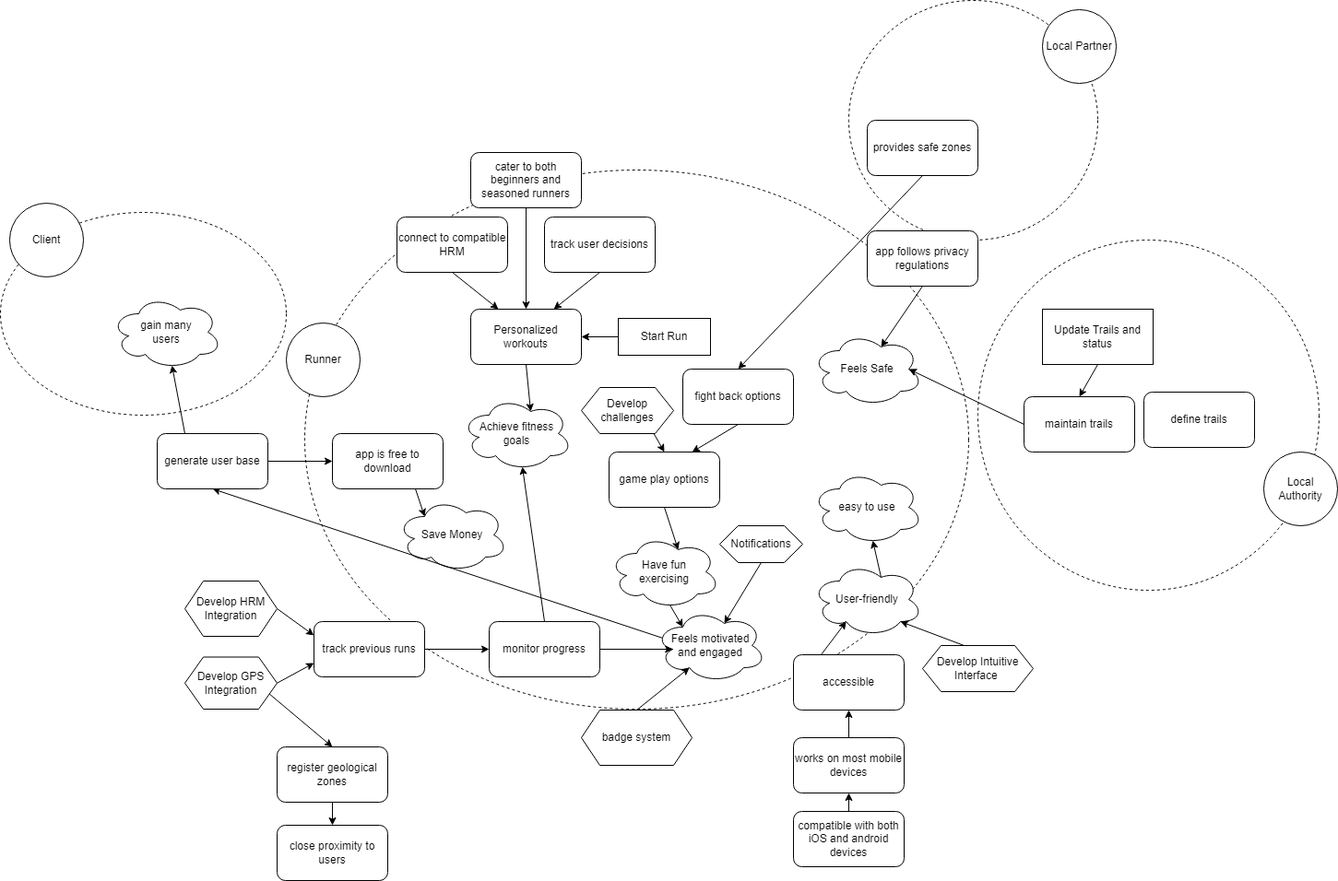
Before: models/goal_model.drawio.png, a diagram exported from draw.io (3RA3-F23/acmerun-acme-77). Source tidied: cells renumbered, new cells last; positions are measured from the earlier drawing's top-left corner, leaving out a move shared by most shapes.
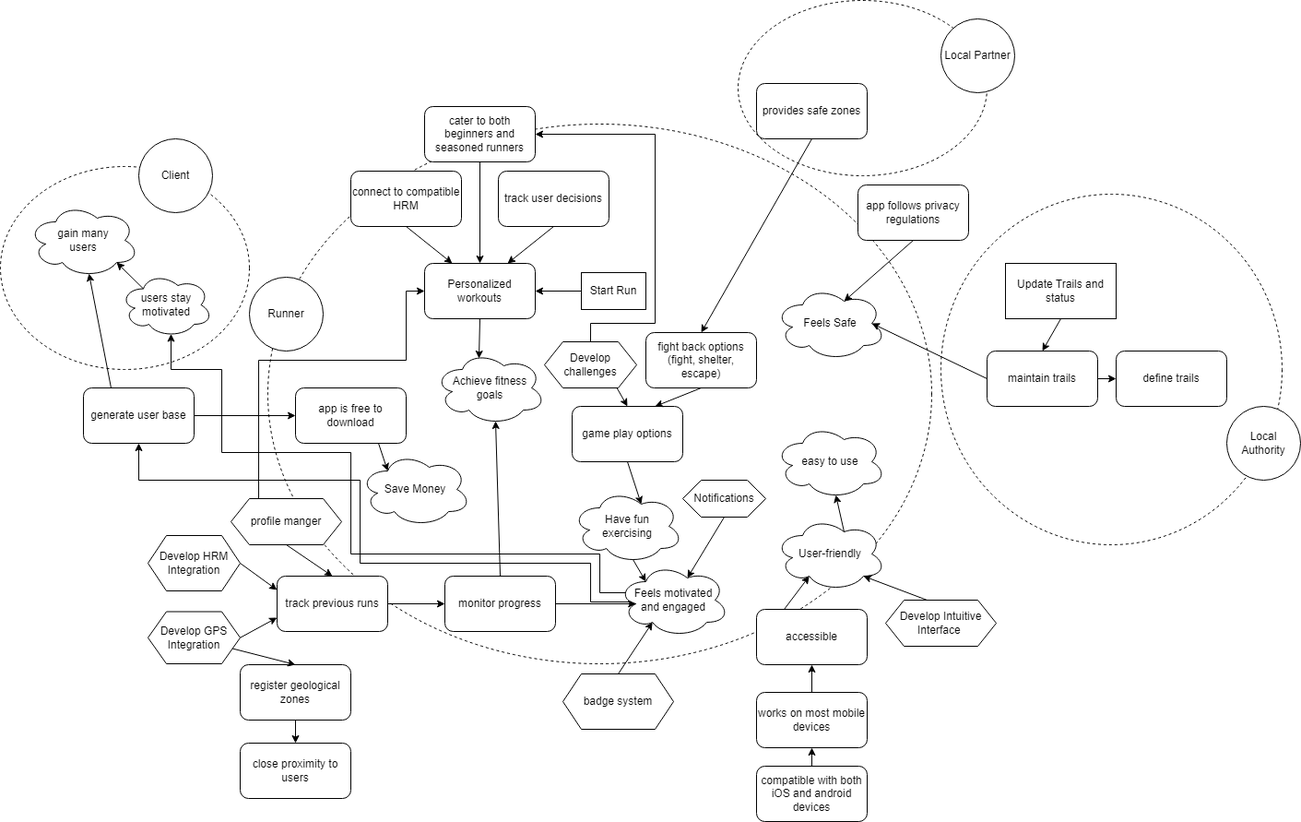
Above is the later version.

Commit message:
reformat goal model

Diff of the diagram source:
```diff
@@ -3,10 +3,10 @@
     <mxCell id="0" />
     <mxCell id="1" parent="0" />
     <mxCell id="2" style="ellipse;whiteSpace=wrap;html=1;align=center;dashed=1;fillColor=none;" parent="1" vertex="1">
-      <mxGeometry x="920" width="270" height="260" as="geometry" />
+      <mxGeometry x="840" y="50" width="270" height="190" as="geometry" />
     </mxCell>
     <mxCell id="3" style="ellipse;whiteSpace=wrap;html=1;align=center;dashed=1;fillColor=none;" parent="1" vertex="1">
-      <mxGeometry y="230" width="310" height="220" as="geometry" />
+      <mxGeometry x="40" y="230" width="270" height="220" as="geometry" />
     </mxCell>
     <mxCell id="4" style="ellipse;whiteSpace=wrap;html=1;align=center;dashed=1;fillColor=none;" parent="1" vertex="1">
       <mxGeometry x="1060" y="260" width="370" height="380" as="geometry" />
@@ -26,8 +26,17 @@
     <mxCell id="9" value="Feels Safe" style="ellipse;shape=cloud;whiteSpace=wrap;html=1;" parent="1" vertex="1">
       <mxGeometry x="880" y="360" width="120" height="80" as="geometry" />
     </mxCell>
-    <mxCell id="10" style="edgeStyle=none;rounded=0;jettySize=auto;html=1;exitX=0.07;exitY=0.4;exitDx=0;exitDy=0;exitPerimeter=0;entryX=0.5;entryY=1;entryDx=0;entryDy=0;" parent="1" edge="1" source="11" target="21">
-      <mxGeometry relative="1" as="geometry" />
+    <mxCell id="10" style="edgeStyle=orthogonalEdgeStyle;rounded=0;jettySize=auto;html=1;exitX=0.16;exitY=0.55;exitDx=0;exitDy=0;exitPerimeter=0;entryX=0.5;entryY=1;entryDx=0;entryDy=0;" parent="1" edge="1" source="11" target="21">
+      <mxGeometry relative="1" as="geometry">
+        <Array as="points">
+          <mxPoint x="729" y="702" />
+          <mxPoint x="680" y="702" />
+          <mxPoint x="680" y="660" />
+          <mxPoint x="430" y="660" />
+          <mxPoint x="430" y="570" />
+          <mxPoint x="190" y="570" />
+        </Array>
+      </mxGeometry>
     </mxCell>
     <mxCell id="11" value="Feels motivated&lt;br&gt;and engaged" style="ellipse;shape=cloud;whiteSpace=wrap;html=1;" parent="1" vertex="1">
       <mxGeometry x="710" y="660" width="120" height="80" as="geometry" />
@@ -42,7 +51,7 @@
       <mxGeometry x="310" y="350" width="80" height="80" as="geometry" />
     </mxCell>
     <mxCell id="15" value="Personalized workouts" style="rounded=1;whiteSpace=wrap;html=1;" parent="1" vertex="1">
-      <mxGeometry x="510" y="335" width="120" height="60" as="geometry" />
+      <mxGeometry x="500" y="335" width="120" height="60" as="geometry" />
     </mxCell>
     <mxCell id="16" style="edgeStyle=none;rounded=0;jettySize=auto;html=1;exitX=1;exitY=0.5;exitDx=0;exitDy=0;entryX=0;entryY=0.5;entryDx=0;entryDy=0;" parent="1" edge="1" source="17" target="47">
       <mxGeometry relative="1" as="geometry" />
@@ -54,16 +63,16 @@
       <mxGeometry relative="1" as="geometry" />
     </mxCell>
     <mxCell id="19" value="connect to compatible HRM" style="rounded=1;whiteSpace=wrap;html=1;" parent="1" vertex="1">
-      <mxGeometry x="430" y="235" width="120" height="60" as="geometry" />
+      <mxGeometry x="420" y="235" width="120" height="60" as="geometry" />
     </mxCell>
     <mxCell id="20" style="edgeStyle=none;rounded=0;jettySize=auto;html=1;exitX=1;exitY=0.5;exitDx=0;exitDy=0;entryX=0;entryY=0.5;entryDx=0;entryDy=0;" parent="1" edge="1" source="21" target="38">
       <mxGeometry relative="1" as="geometry" />
     </mxCell>
     <mxCell id="21" value="generate user base" style="rounded=1;whiteSpace=wrap;html=1;" parent="1" vertex="1">
-      <mxGeometry x="170" y="470" width="120" height="60" as="geometry" />
+      <mxGeometry x="130" y="470" width="120" height="60" as="geometry" />
     </mxCell>
     <mxCell id="22" value="app follows privacy regulations" style="rounded=1;whiteSpace=wrap;html=1;" parent="1" vertex="1">
-      <mxGeometry x="940" y="250" width="120" height="60" as="geometry" />
+      <mxGeometry x="970" y="250" width="120" height="60" as="geometry" />
     </mxCell>
     <mxCell id="23" value="accessible" style="rounded=1;whiteSpace=wrap;html=1;" parent="1" vertex="1">
       <mxGeometry x="860" y="710" width="120" height="60" as="geometry" />
@@ -74,20 +83,23 @@
     <mxCell id="25" value="compatible with both iOS and android devices" style="rounded=1;whiteSpace=wrap;html=1;" parent="1" vertex="1">
       <mxGeometry x="860" y="880" width="120" height="60" as="geometry" />
     </mxCell>
+    <mxCell id="76" style="edgeStyle=none;rounded=0;jettySize=auto;html=1;exitX=1;exitY=0.5;exitDx=0;exitDy=0;entryX=0;entryY=0.5;entryDx=0;entryDy=0;" parent="1" edge="1" source="26" target="27">
+      <mxGeometry relative="1" as="geometry" />
+    </mxCell>
     <mxCell id="26" value="maintain trails" style="rounded=1;whiteSpace=wrap;html=1;" parent="1" vertex="1">
       <mxGeometry x="1110" y="430" width="120" height="60" as="geometry" />
     </mxCell>
     <mxCell id="27" value="define trails" style="rounded=1;whiteSpace=wrap;html=1;" parent="1" vertex="1">
-      <mxGeometry x="1240" y="425" width="120" height="60" as="geometry" />
+      <mxGeometry x="1250" y="430" width="120" height="60" as="geometry" />
     </mxCell>
     <mxCell id="28" style="edgeStyle=none;rounded=0;jettySize=auto;html=1;exitX=0.5;exitY=1;exitDx=0;exitDy=0;entryX=0.75;entryY=0;entryDx=0;entryDy=0;" parent="1" edge="1" source="29" target="15">
       <mxGeometry relative="1" as="geometry" />
     </mxCell>
     <mxCell id="29" value="track user decisions" style="rounded=1;whiteSpace=wrap;html=1;" parent="1" vertex="1">
-      <mxGeometry x="590" y="235" width="120" height="60" as="geometry" />
+      <mxGeometry x="580" y="235" width="120" height="60" as="geometry" />
     </mxCell>
     <mxCell id="30" value="close proximity to users" style="rounded=1;whiteSpace=wrap;html=1;" parent="1" vertex="1">
-      <mxGeometry x="300" y="895" width="120" height="60" as="geometry" />
+      <mxGeometry x="300" y="855" width="120" height="60" as="geometry" />
     </mxCell>
     <mxCell id="31" value="game play options" style="rounded=1;whiteSpace=wrap;html=1;" parent="1" vertex="1">
       <mxGeometry x="660" y="490" width="120" height="60" as="geometry" />
@@ -96,7 +108,7 @@
       <mxGeometry relative="1" as="geometry" />
     </mxCell>
     <mxCell id="33" value="register geological zones" style="rounded=1;whiteSpace=wrap;html=1;" parent="1" vertex="1">
-      <mxGeometry x="300" y="810" width="120" height="60" as="geometry" />
+      <mxGeometry x="300" y="770" width="120" height="60" as="geometry" />
     </mxCell>
     <mxCell id="34" style="edgeStyle=none;rounded=0;jettySize=auto;html=1;exitX=0.5;exitY=1;exitDx=0;exitDy=0;entryX=0.625;entryY=0.2;entryDx=0;entryDy=0;entryPerimeter=0;" parent="1" edge="1" source="22" target="9">
       <mxGeometry relative="1" as="geometry" />
@@ -117,13 +129,13 @@
       <mxGeometry relative="1" as="geometry" />
     </mxCell>
     <mxCell id="40" value="cater to both beginners and seasoned runners" style="rounded=1;whiteSpace=wrap;html=1;" parent="1" vertex="1">
-      <mxGeometry x="510" y="165" width="120" height="60" as="geometry" />
+      <mxGeometry x="500" y="165" width="120" height="60" as="geometry" />
     </mxCell>
     <mxCell id="41" style="edgeStyle=none;rounded=0;jettySize=auto;html=1;exitX=0.5;exitY=1;exitDx=0;exitDy=0;entryX=0.75;entryY=0;entryDx=0;entryDy=0;" parent="1" edge="1" source="42" target="31">
       <mxGeometry relative="1" as="geometry" />
     </mxCell>
-    <mxCell id="42" value="fight back options" style="rounded=1;whiteSpace=wrap;html=1;" parent="1" vertex="1">
-      <mxGeometry x="740" y="400" width="120" height="60" as="geometry" />
+    <mxCell id="42" value="fight back options&lt;br&gt;(fight, shelter, escape)" style="rounded=1;whiteSpace=wrap;html=1;" parent="1" vertex="1">
+      <mxGeometry x="740" y="410" width="120" height="60" as="geometry" />
     </mxCell>
     <mxCell id="43" style="edgeStyle=none;rounded=0;jettySize=auto;html=1;exitX=0.625;exitY=0.2;exitDx=0;exitDy=0;exitPerimeter=0;entryX=0.55;entryY=0.95;entryDx=0;entryDy=0;entryPerimeter=0;" parent="1" edge="1" source="7" target="12">
       <mxGeometry relative="1" as="geometry" />
@@ -138,11 +150,20 @@
       <mxGeometry relative="1" as="geometry" />
     </mxCell>
     <mxCell id="47" value="monitor progress" style="rounded=1;whiteSpace=wrap;html=1;" parent="1" vertex="1">
-      <mxGeometry x="530" y="674" width="120" height="60" as="geometry" />
+      <mxGeometry x="522" y="674" width="120" height="60" as="geometry" />
     </mxCell>
     <mxCell id="48" style="edgeStyle=none;rounded=0;jettySize=auto;html=1;exitX=0.5;exitY=0;exitDx=0;exitDy=0;entryX=0.5;entryY=0;entryDx=0;entryDy=0;" parent="1" edge="1" source="49" target="31">
       <mxGeometry relative="1" as="geometry" />
     </mxCell>
+    <mxCell id="77" style="edgeStyle=orthogonalEdgeStyle;rounded=0;jettySize=auto;html=1;exitX=0.5;exitY=0;exitDx=0;exitDy=0;entryX=1;entryY=0.5;entryDx=0;entryDy=0;" parent="1" edge="1" source="49" target="40">
+      <mxGeometry relative="1" as="geometry">
+        <Array as="points">
+          <mxPoint x="680" y="400" />
+          <mxPoint x="750" y="400" />
+          <mxPoint x="750" y="195" />
+        </Array>
+      </mxGeometry>
+    </mxCell>
     <mxCell id="49" value="Develop challenges" style="shape=hexagon;perimeter=hexagonPerimeter2;whiteSpace=wrap;html=1;fixedSize=1;" parent="1" vertex="1">
       <mxGeometry x="630" y="420" width="100" height="50" as="geometry" />
     </mxCell>
@@ -168,7 +189,7 @@
       <mxGeometry relative="1" as="geometry" />
     </mxCell>
     <mxCell id="57" value="Start Run" style="rounded=0;whiteSpace=wrap;html=1;" parent="1" vertex="1">
-      <mxGeometry x="670" y="345" width="100" height="40" as="geometry" />
+      <mxGeometry x="670" y="345" width="70" height="40" as="geometry" />
     </mxCell>
     <mxCell id="58" style="edgeStyle=none;rounded=0;jettySize=auto;html=1;exitX=0.5;exitY=1;exitDx=0;exitDy=0;entryX=0.5;entryY=0;entryDx=0;entryDy=0;" parent="1" edge="1" source="59" target="26">
       <mxGeometry relative="1" as="geometry" />
@@ -186,7 +207,7 @@
       <mxGeometry x="780" y="570" width="90" height="40" as="geometry" />
     </mxCell>
     <mxCell id="63" value="badge system" style="shape=hexagon;perimeter=hexagonPerimeter2;whiteSpace=wrap;html=1;fixedSize=1;" parent="1" vertex="1">
-      <mxGeometry x="630" y="770" width="120" height="60" as="geometry" />
+      <mxGeometry x="650" y="780" width="120" height="60" as="geometry" />
     </mxCell>
     <mxCell id="64" style="edgeStyle=none;rounded=0;jettySize=auto;html=1;exitX=0.5;exitY=0;exitDx=0;exitDy=0;entryX=0.31;entryY=0.8;entryDx=0;entryDy=0;entryPerimeter=0;" parent="1" edge="1" source="63" target="11">
       <mxGeometry relative="1" as="geometry" />
@@ -198,22 +219,22 @@
       <mxGeometry relative="1" as="geometry" />
     </mxCell>
     <mxCell id="67" value="Achieve fitness&lt;br&gt;goals" style="ellipse;shape=cloud;whiteSpace=wrap;html=1;" parent="1" vertex="1">
-      <mxGeometry x="500" y="430" width="120" height="80" as="geometry" />
+      <mxGeometry x="511" y="430" width="120" height="80" as="geometry" />
     </mxCell>
-    <mxCell id="68" style="edgeStyle=none;rounded=0;jettySize=auto;html=1;exitX=0.5;exitY=1;exitDx=0;exitDy=0;entryX=0.625;entryY=0.2;entryDx=0;entryDy=0;entryPerimeter=0;" parent="1" edge="1" source="15" target="67">
+    <mxCell id="68" style="edgeStyle=none;rounded=0;jettySize=auto;html=1;exitX=0.5;exitY=1;exitDx=0;exitDy=0;entryX=0.4;entryY=0.1;entryDx=0;entryDy=0;entryPerimeter=0;" parent="1" edge="1" source="15" target="67">
       <mxGeometry relative="1" as="geometry" />
     </mxCell>
-    <mxCell id="69" style="edgeStyle=none;rounded=0;jettySize=auto;html=1;exitX=0.5;exitY=0;exitDx=0;exitDy=0;entryX=0.55;entryY=0.95;entryDx=0;entryDy=0;entryPerimeter=0;" parent="1" edge="1" source="47" target="67">
+    <mxCell id="69" style="edgeStyle=none;rounded=0;jettySize=auto;html=1;entryX=0.55;entryY=0.95;entryDx=0;entryDy=0;entryPerimeter=0;exitX=0.5;exitY=0;exitDx=0;exitDy=0;" parent="1" edge="1" source="47" target="67">
       <mxGeometry relative="1" as="geometry" />
     </mxCell>
     <mxCell id="70" value="Client" style="ellipse;whiteSpace=wrap;html=1;" parent="1" vertex="1">
-      <mxGeometry x="10" y="220" width="80" height="80" as="geometry" />
+      <mxGeometry x="190" y="200" width="80" height="80" as="geometry" />
     </mxCell>
     <mxCell id="71" value="gain many&lt;br&gt;users" style="ellipse;shape=cloud;whiteSpace=wrap;html=1;" parent="1" vertex="1">
-      <mxGeometry x="120" y="320" width="120" height="80" as="geometry" />
+      <mxGeometry x="70" y="270" width="120" height="80" as="geometry" />
     </mxCell>
     <mxCell id="72" value="Local Partner" style="ellipse;whiteSpace=wrap;html=1;" parent="1" vertex="1">
-      <mxGeometry x="1130" y="10" width="80" height="80" as="geometry" />
+      <mxGeometry x="1060" y="70" width="80" height="80" as="geometry" />
     </mxCell>
     <mxCell id="73" style="edgeStyle=none;rounded=0;jettySize=auto;html=1;exitX=0.25;exitY=0;exitDx=0;exitDy=0;entryX=0.55;entryY=0.95;entryDx=0;entryDy=0;entryPerimeter=0;" parent="1" edge="1" source="21" target="71">
       <mxGeometry relative="1" as="geometry" />
@@ -222,7 +243,42 @@
       <mxGeometry relative="1" as="geometry" />
     </mxCell>
     <mxCell id="75" value="provides safe zones" style="rounded=1;whiteSpace=wrap;html=1;" parent="1" vertex="1">
-      <mxGeometry x="940" y="130" width="120" height="60" as="geometry" />
+      <mxGeometry x="860" y="140" width="120" height="60" as="geometry" />
     </mxCell>
+    <mxCell id="78" style="edgeStyle=none;rounded=0;jettySize=auto;html=1;exitX=0.5;exitY=1;exitDx=0;exitDy=0;entryX=0.5;entryY=0;entryDx=0;entryDy=0;" parent="1" edge="1" source="80" target="17">
+      <mxGeometry relative="1" as="geometry" />
+    </mxCell>
+    <mxCell id="79" style="edgeStyle=orthogonalEdgeStyle;rounded=0;jettySize=auto;html=1;exitX=0.5;exitY=0;exitDx=0;exitDy=0;entryX=0;entryY=0.5;entryDx=0;entryDy=0;" parent="1" edge="1" source="80" target="15">
+      <mxGeometry relative="1" as="geometry">
+        <Array as="points">
+          <mxPoint x="320" y="590" />
+          <mxPoint x="320" y="440" />
+          <mxPoint x="480" y="440" />
+          <mxPoint x="480" y="365" />
+        </Array>
+      </mxGeometry>
+    </mxCell>
+    <mxCell id="80" value="profile manger" style="shape=hexagon;perimeter=hexagonPerimeter2;whiteSpace=wrap;html=1;fixedSize=1;" parent="1" vertex="1">
+      <mxGeometry x="290" y="590" width="120" height="50" as="geometry" />
+    </mxCell>
+    <mxCell id="81" value="users stay motivated" style="ellipse;shape=cloud;whiteSpace=wrap;html=1;" parent="1" vertex="1">
+      <mxGeometry x="170" y="345" width="100" height="70" as="geometry" />
+    </mxCell>
+    <mxCell id="82" style="edgeStyle=none;rounded=0;jettySize=auto;html=1;exitX=0.25;exitY=0.25;exitDx=0;exitDy=0;exitPerimeter=0;entryX=0.8;entryY=0.8;entryDx=0;entryDy=0;entryPerimeter=0;" parent="1" edge="1" source="81" target="71">
+      <mxGeometry relative="1" as="geometry" />
+    </mxCell>
+    <mxCell id="83" style="edgeStyle=orthogonalEdgeStyle;rounded=0;jettySize=auto;html=1;exitX=0.07;exitY=0.4;exitDx=0;exitDy=0;exitPerimeter=0;entryX=0.55;entryY=0.95;entryDx=0;entryDy=0;entryPerimeter=0;" parent="1" edge="1" source="11" target="81">
+      <mxGeometry relative="1" as="geometry">
+        <Array as="points">
+          <mxPoint x="690" y="692" />
+          <mxPoint x="690" y="650" />
+          <mxPoint x="420" y="650" />
+          <mxPoint x="420" y="540" />
+          <mxPoint x="280" y="540" />
+          <mxPoint x="280" y="450" />
+          <mxPoint x="225" y="450" />
+        </Array>
+      </mxGeometry>
+    </mxCell>
   </root>
 </mxGraphModel>
```
